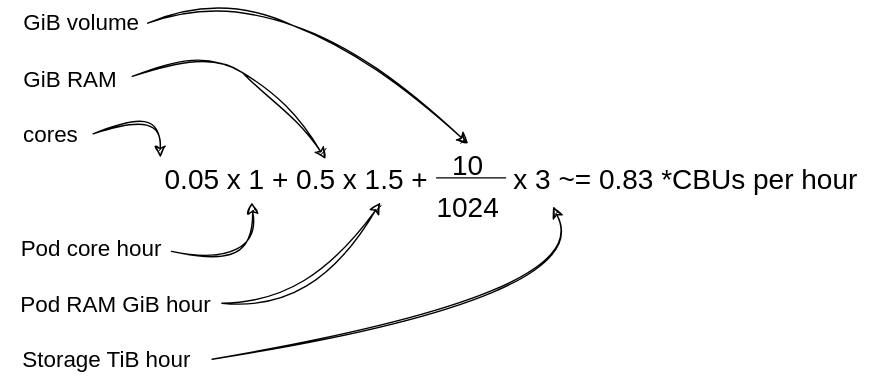
Earlier version of the draw.io export docs/cloud/rahti/images/RahtiRequest.drawio.svg (CSCfi/csc-user-guide). Source tidied: cells renumbered, new cells last; positions are measured from the earlier drawing's top-left corner, leaving out a move shared by most shapes.
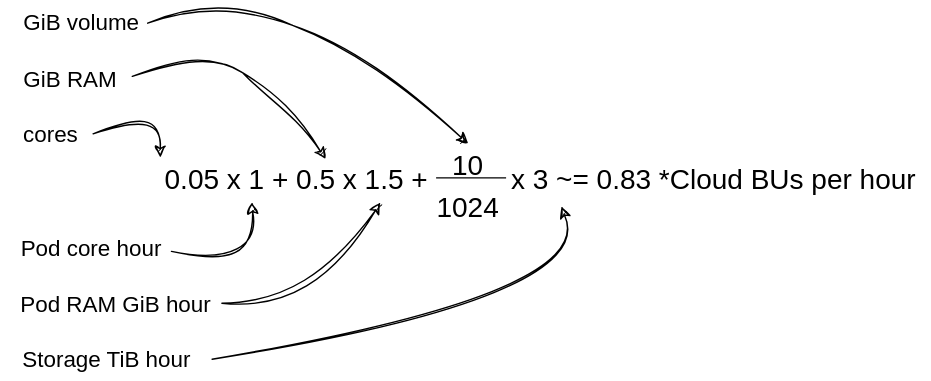
After the commit.

Commit message:
Change CBU to Cloud BU

Diff of the diagram source:
```diff
@@ -27,8 +27,8 @@
         </Array>
       </mxGeometry>
     </mxCell>
-    <mxCell id="7" value="&lt;div style=&quot;text-align: left;&quot;&gt;&lt;span style=&quot;font-size: 20px; background-color: initial;&quot;&gt;x 3 ~= 0.83 *CBUs per hour&lt;/span&gt;&lt;/div&gt;" style="text;html=1;align=center;verticalAlign=middle;points=[];strokeColor=none;fillColor=none;" parent="1" vertex="1">
-      <mxGeometry x="354" y="114" width="270" height="40" as="geometry" />
+    <mxCell id="7" value="&lt;div style=&quot;text-align: left;&quot;&gt;&lt;span style=&quot;font-size: 20px; background-color: initial;&quot;&gt;x 3 ~= 0.83 *Cloud BUs per hour&lt;/span&gt;&lt;/div&gt;" style="text;html=1;align=center;verticalAlign=middle;points=[];strokeColor=none;fillColor=none;" parent="1" vertex="1">
+      <mxGeometry x="354" y="114" width="310" height="40" as="geometry" />
     </mxCell>
     <mxCell id="8" value="&lt;font style=&quot;font-size: 16px;&quot;&gt;cores&lt;/font&gt;" style="text;html=1;align=center;verticalAlign=middle;whiteSpace=wrap;rounded=0;" parent="1" vertex="1">
       <mxGeometry x="6" y="87" width="60" height="30" as="geometry" />
```
